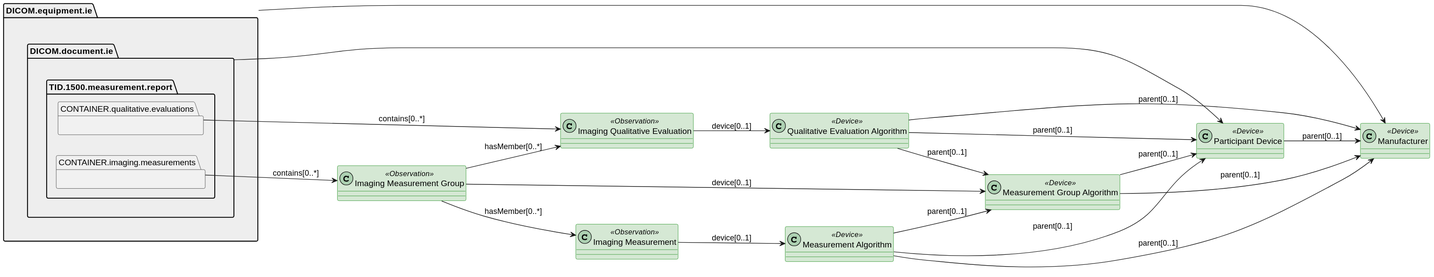
Earlier version of the PlantUML export input/images/dicom_sr_device.svg (HL7/dicom-sr).
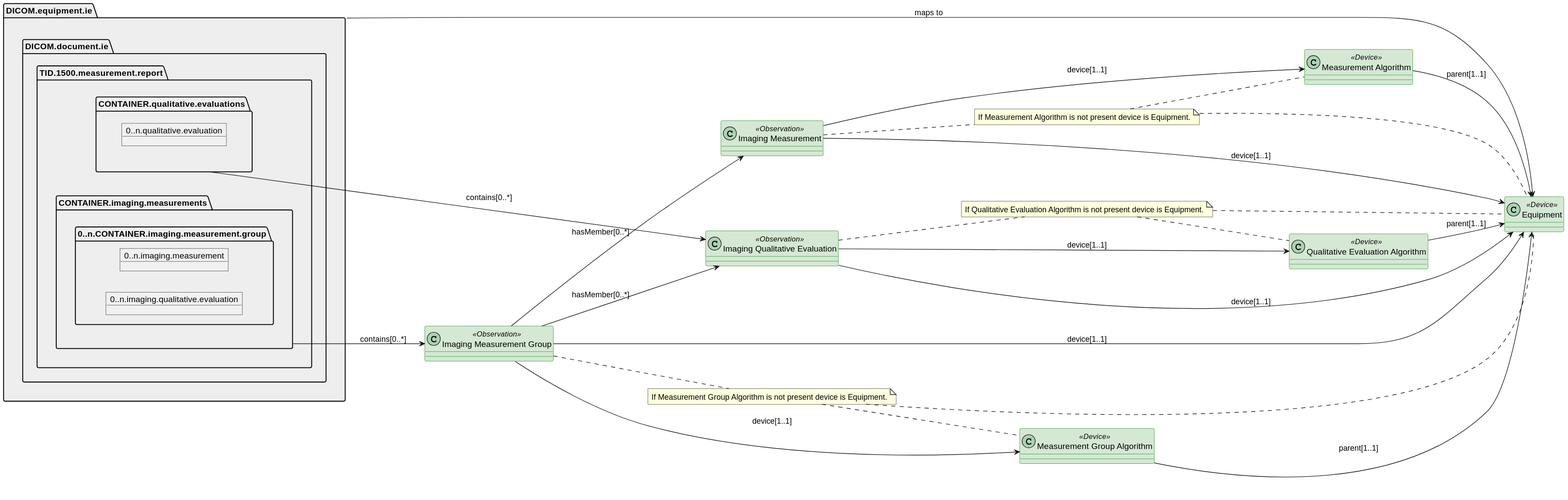
Above is the later version.

Diff of the diagram source:
```diff
@@ -1,8 +1,7 @@
 @startuml dicom_sr_device
 left to right direction
 
-class "Manufacturer" as EquipmentDevice <<Device>> #d5e8d4 ##green
-class "Participant Device" as DocumentDevice <<Device>> #d5e8d4 ##green
+class "Equipment" as EquipmentDevice <<Device>> #d5e8d4 ##green
 class "Measurement Group Algorithm" as MeasurementGroupDevice <<Device>> #d5e8d4 ##green
 class "Measurement Algorithm" as MeasurementDevice <<Device>> #d5e8d4 ##green
 class "Qualitative Evaluation Algorithm" as QualitativeDevice <<Device>> #d5e8d4 ##green
@@ -10,44 +9,57 @@
 class "Imaging Measurement Group" as ImagingMeasurementGroup <<Observation>> #d5e8d4 ##green
 class "Imaging Measurement" as ImagingMeasurement <<Observation>> #d5e8d4 ##green
 class "Imaging Qualitative Evaluation" as ImagingQualitativeEvaluation <<Observation>> #d5e8d4 ##green
-
+note "If Measurement Group Algorithm is not present device is Equipment." as MGNote
+note "If Measurement Algorithm is not present device is Equipment." as MNote
+note "If Qualitative Evaluation Algorithm is not present device is Equipment." as QENote
 
 package DICOM.equipment.ie #EEEEEE {
     package DICOM.document.ie #EEEEEE {
         package TID.1500.measurement.report #EEEEEE {
             package CONTAINER.imaging.measurements {
+                package 0..n.CONTAINER.imaging.measurement.group {
+                    Object 0..n.imaging.measurement
+                    Object 0..n.imaging.qualitative.evaluation
+                    }
             }
             package CONTAINER.qualitative.evaluations {
+                Object 0..n.qualitative.evaluation
             }
         }
     }
 }
 
-DICOM.equipment.ie --> EquipmentDevice
-DICOM.document.ie --> DocumentDevice
+DICOM.equipment.ie --> EquipmentDevice: maps to
 
 CONTAINER.imaging.measurements --> ImagingMeasurementGroup : contains[0..*]
 CONTAINER.qualitative.evaluations --> ImagingQualitativeEvaluation : contains[0..*]
 
 ImagingMeasurementGroup --> ImagingMeasurement : hasMember[0..*]
 ImagingMeasurementGroup --> ImagingQualitativeEvaluation : hasMember[0..*]
-ImagingMeasurementGroup --> MeasurementGroupDevice : device[0..1]
+ImagingMeasurementGroup --> MeasurementGroupDevice : device[1..1]
+ImagingMeasurementGroup --> EquipmentDevice : device[1..1]
+ImagingMeasurementGroup .. MGNote
+MGNote .. MeasurementGroupDevice
+MGNote .. EquipmentDevice
 
-ImagingMeasurement --> MeasurementDevice : device[0..1]
 
-ImagingQualitativeEvaluation --> QualitativeDevice : device[0..1]
+ImagingMeasurement --> MeasurementDevice : device[1..1]
+ImagingMeasurement --> EquipmentDevice : device[1..1]
+ImagingMeasurement .. MNote
+MNote .. MeasurementDevice
+MNote .. EquipmentDevice
 
-MeasurementDevice --> MeasurementGroupDevice : parent[0..1]
-MeasurementDevice --> DocumentDevice : parent[0..1]
-MeasurementDevice --> EquipmentDevice : parent[0..1]
+ImagingQualitativeEvaluation --> QualitativeDevice : device[1..1]
+ImagingQualitativeEvaluation --> EquipmentDevice : device[1..1]
+ImagingQualitativeEvaluation .. QENote
+QENote .. QualitativeDevice
+QENote .. EquipmentDevice
 
-MeasurementGroupDevice --> DocumentDevice : parent[0..1]
-MeasurementGroupDevice --> EquipmentDevice : parent[0..1]
 
-QualitativeDevice --> MeasurementGroupDevice : parent[0..1]
-QualitativeDevice --> DocumentDevice : parent[0..1]
-QualitativeDevice --> EquipmentDevice : parent[0..1]
+MeasurementDevice --> EquipmentDevice : parent[1..1]
 
-DocumentDevice --> EquipmentDevice : parent[0..1]
+MeasurementGroupDevice --> EquipmentDevice : parent[1..1]
+
+QualitativeDevice --> EquipmentDevice : parent[1..1]
 
 @enduml
```
